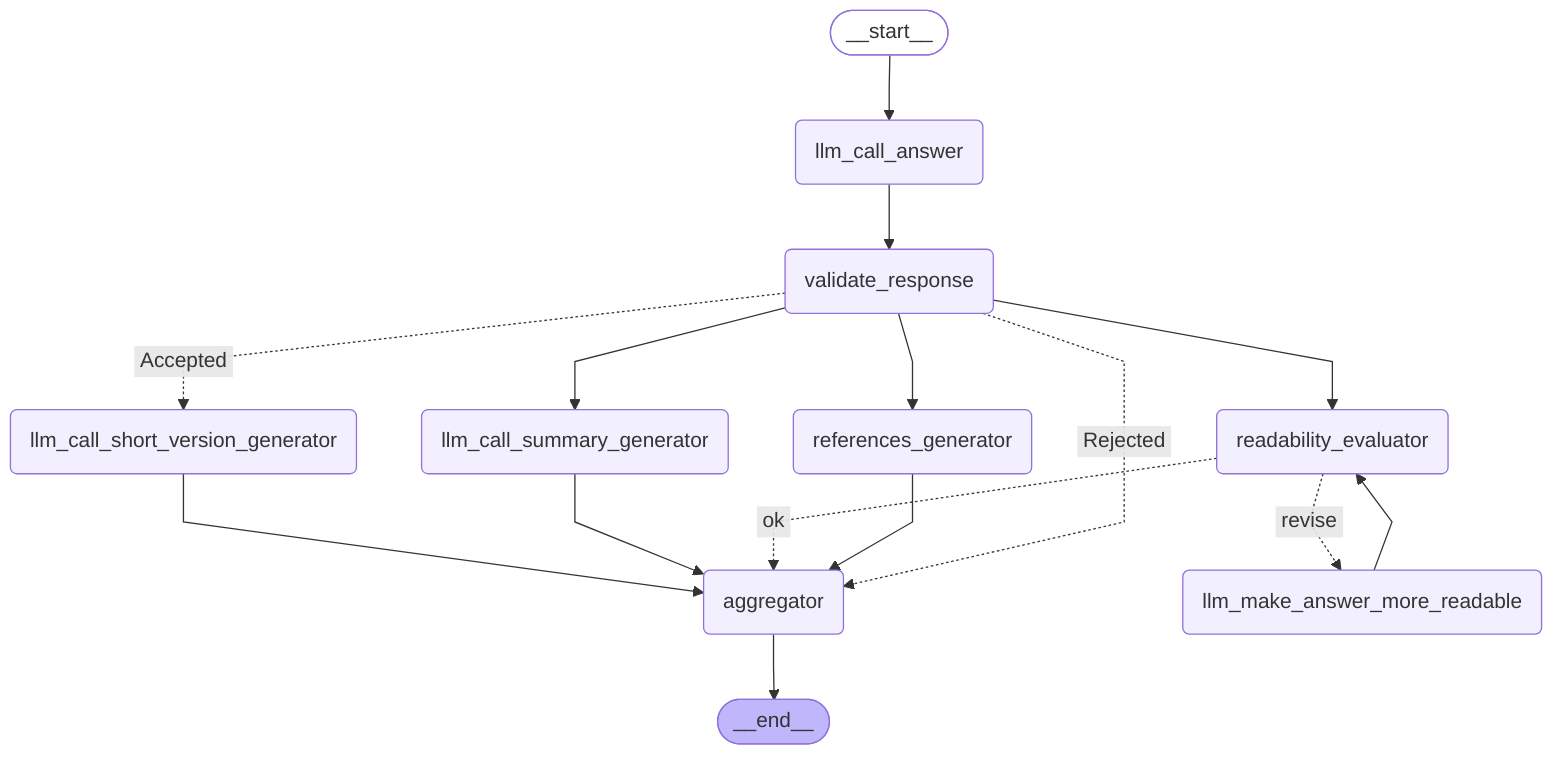
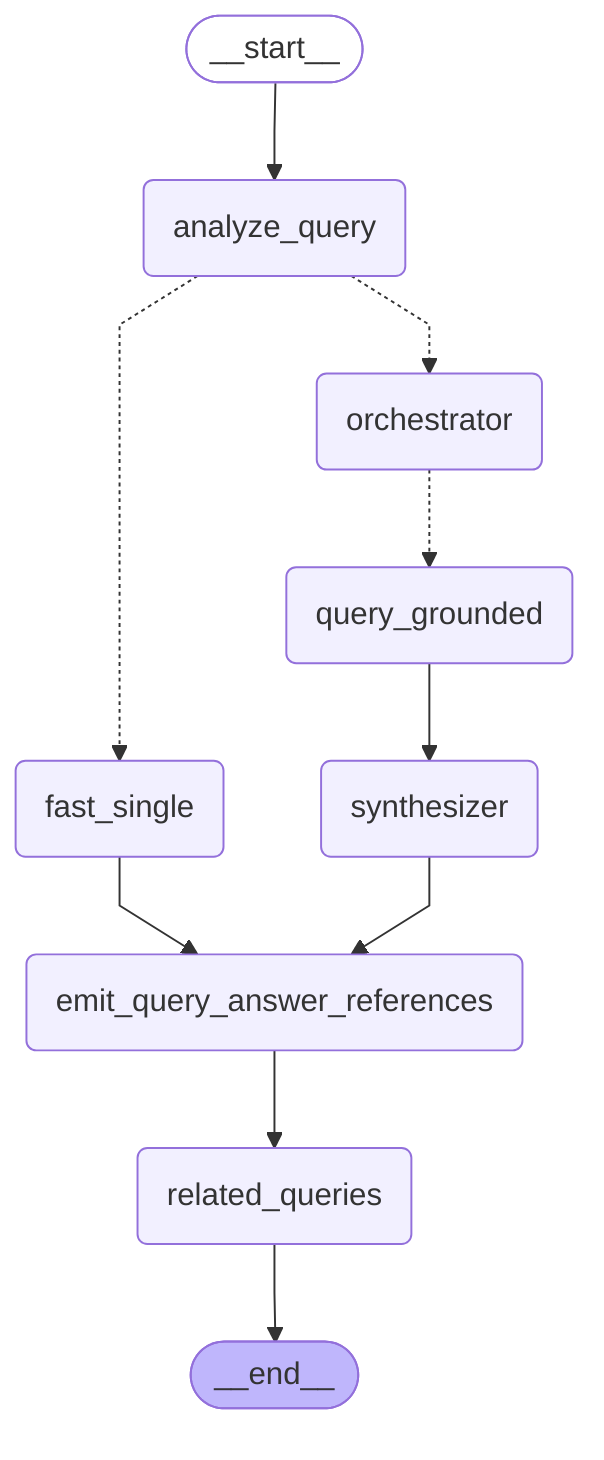
---
config:
  flowchart:
    curve: linear
---
graph TD;
	__start__([<p>__start__</p>]):::first
- 	llm_call_answer(llm_call_answer)
- 	validate_response(validate_response)
- 	aggregator(aggregator)
- 	llm_call_short_version_generator(llm_call_short_version_generator)
- 	llm_call_summary_generator(llm_call_summary_generator)
- 	references_generator(references_generator)
- 	readability_evaluator(readability_evaluator)
- 	llm_make_answer_more_readable(llm_make_answer_more_readable)
+ 	analyze_query(analyze_query)
+ 	fast_single(fast_single)
+ 	orchestrator(orchestrator)
+ 	query_grounded(query_grounded)
+ 	synthesizer(synthesizer)
+ 	emit_query_answer_references(emit_query_answer_references)
+ 	related_queries(related_queries)
	__end__([<p>__end__</p>]):::last
- 	__start__ --> llm_call_answer;
- 	llm_call_answer --> validate_response;
- 	llm_call_short_version_generator --> aggregator;
- 	llm_call_summary_generator --> aggregator;
- 	llm_make_answer_more_readable --> readability_evaluator;
- 	readability_evaluator -. &nbsp;ok&nbsp; .-> aggregator;
- 	readability_evaluator -. &nbsp;revise&nbsp; .-> llm_make_answer_more_readable;
- 	references_generator --> aggregator;
- 	validate_response -. &nbsp;Rejected&nbsp; .-> aggregator;
- 	validate_response -. &nbsp;Accepted&nbsp; .-> llm_call_short_version_generator;
- 	validate_response --> llm_call_summary_generator;
- 	validate_response --> readability_evaluator;
- 	validate_response --> references_generator;
- 	aggregator --> __end__;
+ 	__start__ --> analyze_query;
+ 	analyze_query -.-> fast_single;
+ 	analyze_query -.-> orchestrator;
+ 	emit_query_answer_references --> related_queries;
+ 	fast_single --> emit_query_answer_references;
+ 	orchestrator -.-> query_grounded;
+ 	query_grounded --> synthesizer;
+ 	synthesizer --> emit_query_answer_references;
+ 	related_queries --> __end__;
	classDef default fill:#f2f0ff,line-height:1.2
	classDef first fill-opacity:0
	classDef last fill:#bfb6fc
